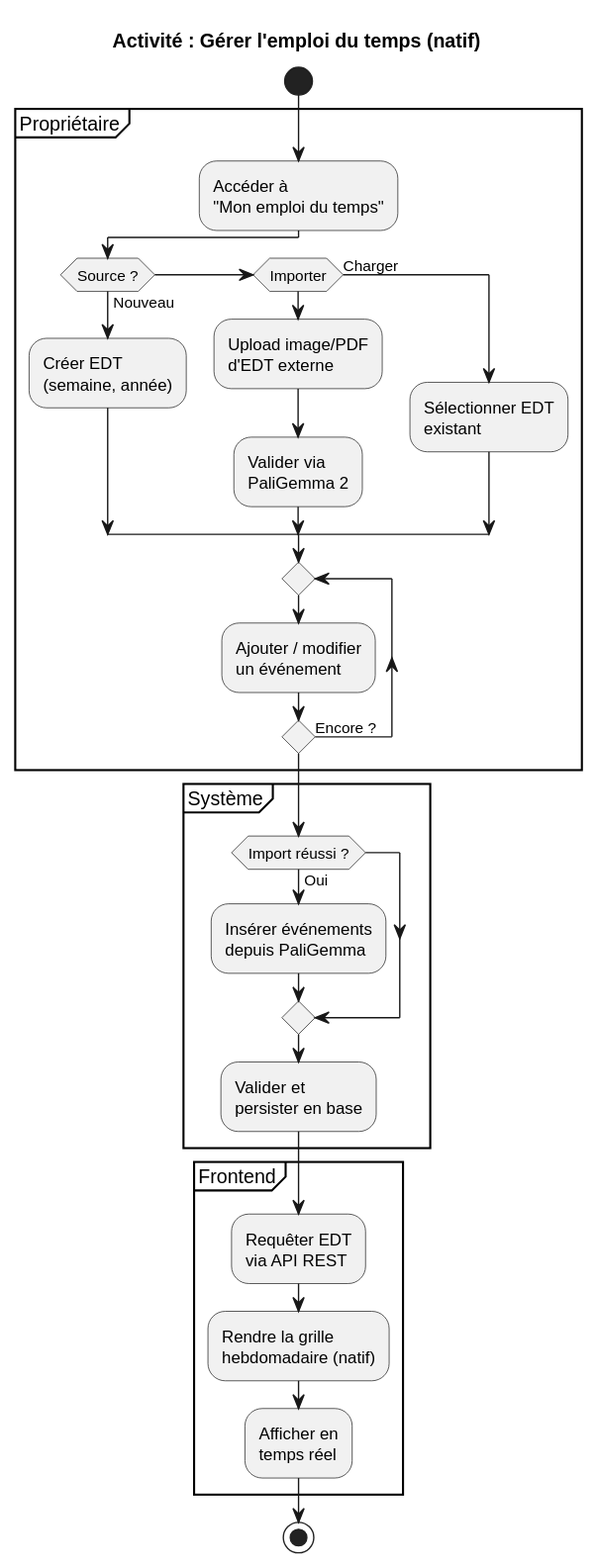
Above: uml-svg/activities/08-activity-schedule.svg in GAYENSIS09/baye-mor-gaye (PlantUML), before the change. Source of this version:
```plantuml
@startuml
title Activité : Gérer l'emploi du temps (natif)

start

partition Propriétaire {
  :Accéder à\n"Mon emploi du temps";
  if (Source ?) then (Nouveau)
    :Créer EDT\n(semaine, année);
  elseif (Importer) then
    :Upload image/PDF\nd'EDT externe;
    :Valider via\nPaliGemma 2;
  else (Charger)
    :Sélectionner EDT\nexistant;
  endif
  repeat
    :Ajouter / modifier\nun événement;
  repeat while () is (Encore ?)
}

partition Système {
  if (Import réussi ?) then (Oui)
    :Insérer événements\ndepuis PaliGemma;
  endif
  :Valider et\npersister en base;
}

partition Frontend {
  :Requêter EDT\nvia API REST;
  :Rendre la grille\nhebdomadaire (natif);
  :Afficher en\ntemps réel;
}

stop
@enduml
```
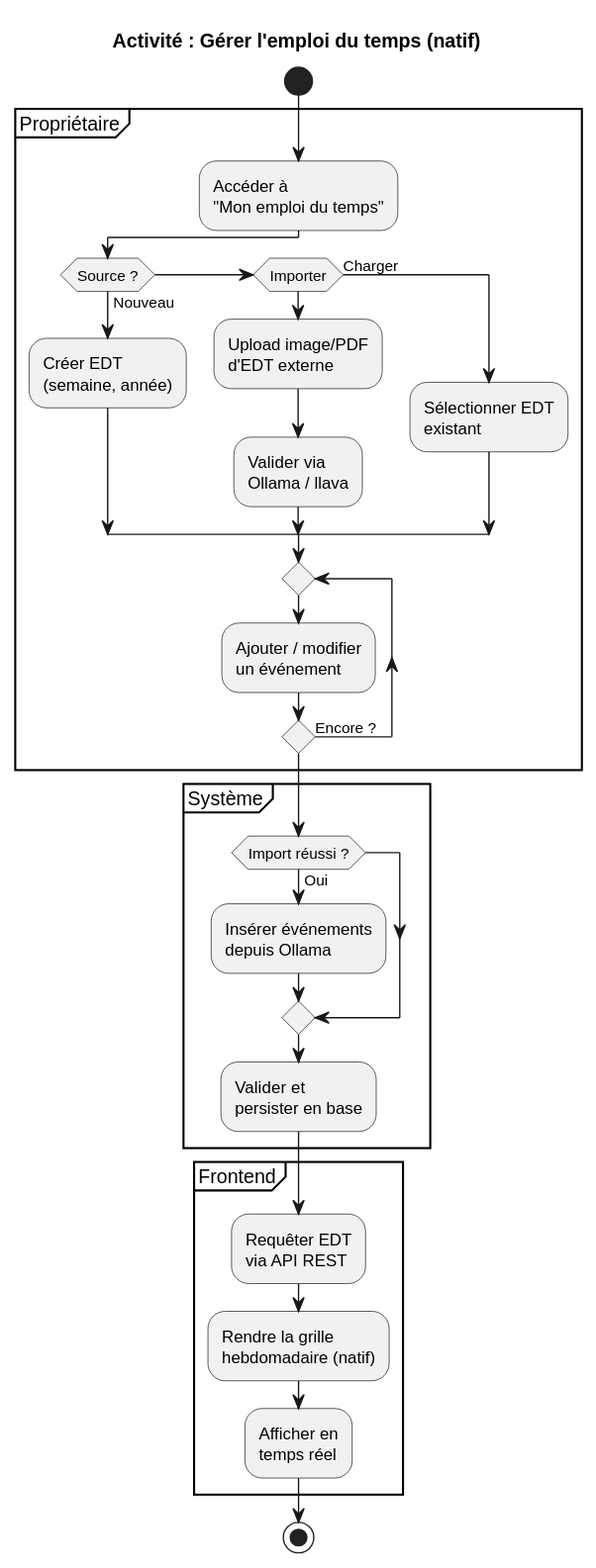
The same file after the commit.

Diff of the diagram source:
```diff
@@ -9,7 +9,7 @@
     :Créer EDT\n(semaine, année);
   elseif (Importer) then
     :Upload image/PDF\nd'EDT externe;
-    :Valider via\nPaliGemma 2;
+    :Valider via\nOllama / llava;
   else (Charger)
     :Sélectionner EDT\nexistant;
   endif
@@ -20,7 +20,7 @@
 
 partition Système {
   if (Import réussi ?) then (Oui)
-    :Insérer événements\ndepuis PaliGemma;
+    :Insérer événements\ndepuis Ollama;
   endif
   :Valider et\npersister en base;
 }
```
